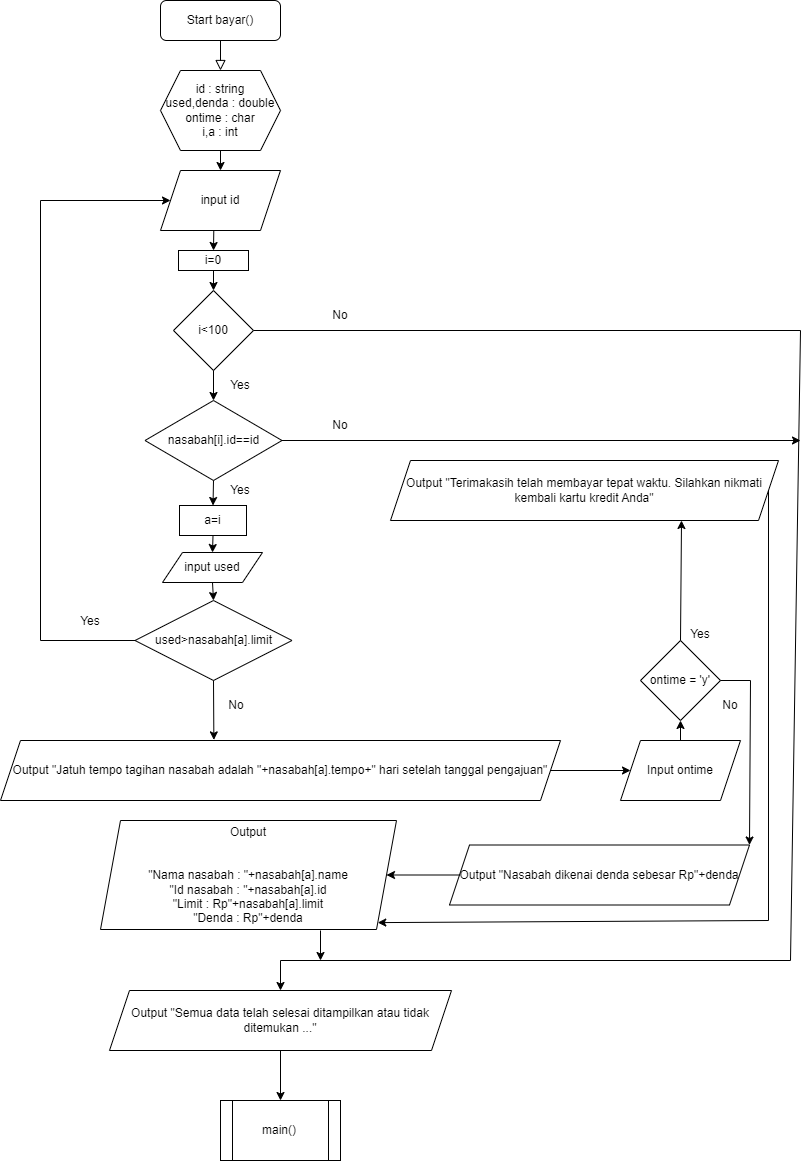
Above: bayar.png in Dzikrimaulanaunsk87/flowchart (draw.io), before the change. Source tidied: cells renumbered, new cells last; positions are measured from the earlier drawing's top-left corner, leaving out a move shared by most shapes.
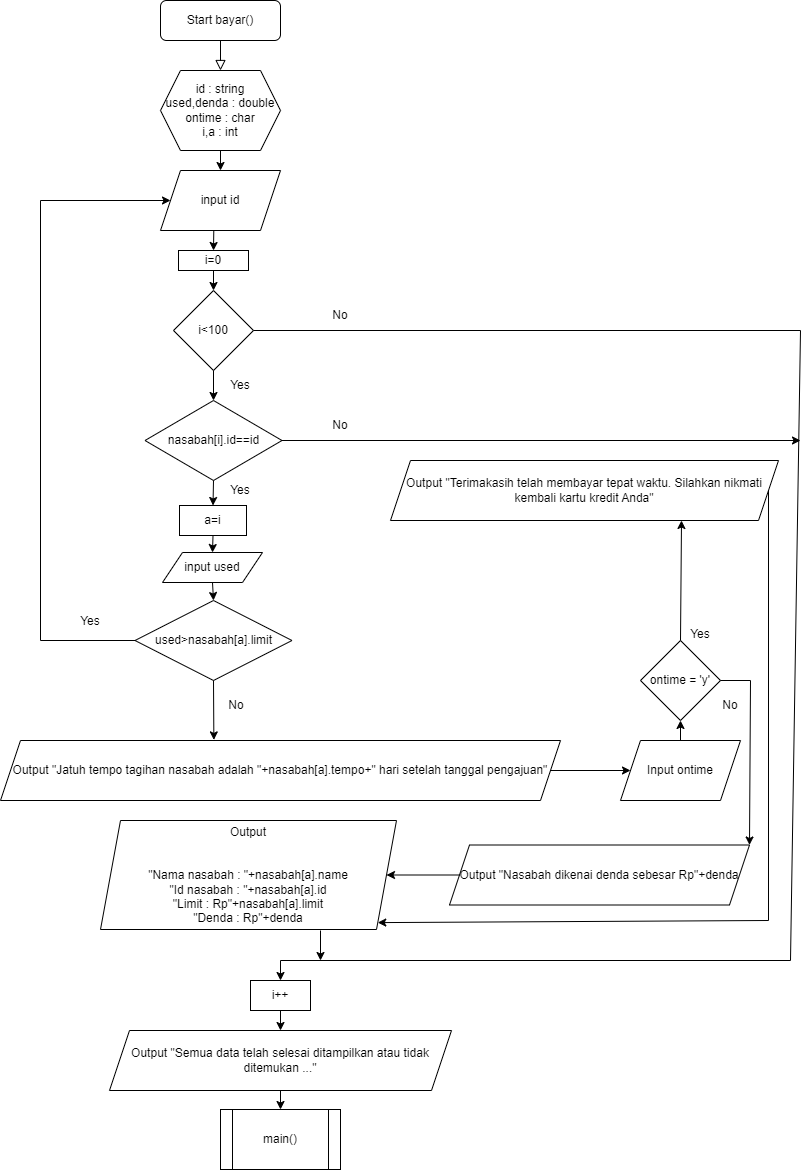
After the commit.

The edit, as a diff of the source:
```diff
@@ -29,7 +29,7 @@
     <mxCell id="10" style="endArrow=classic;html=1;rounded=0;exitX=0.5;exitY=1;exitDx=0;exitDy=0;entryX=0.5;entryY=0;entryDx=0;entryDy=0;" parent="1" edge="1" source="7" target="8">
       <mxGeometry relative="1" as="geometry" />
     </mxCell>
-    <mxCell id="11" style="endArrow=classic;html=1;rounded=0;entryX=0.5;entryY=0;entryDx=0;entryDy=0;" parent="1" edge="1" source="8" target="13">
+    <mxCell id="11" style="endArrow=classic;html=1;rounded=0;entryX=0.5;entryY=0;entryDx=0;entryDy=0;" parent="1" edge="1" source="8" target="47">
       <mxGeometry relative="1" as="geometry">
         <Array as="points">
           <mxPoint x="800" y="330" />
@@ -42,10 +42,10 @@
       <mxGeometry relative="1" as="geometry" />
     </mxCell>
     <mxCell id="13" value="Output &quot;Semua data telah selesai ditampilkan atau tidak ditemukan ...&quot;" style="shape=parallelogram;perimeter=parallelogramPerimeter;whiteSpace=wrap;html=1;fixedSize=1;" parent="1" vertex="1">
-      <mxGeometry x="109" y="990" width="342" height="60" as="geometry" />
+      <mxGeometry x="109" y="1030" width="342" height="60" as="geometry" />
     </mxCell>
     <mxCell id="14" value="main()" style="shape=process;whiteSpace=wrap;html=1;backgroundOutline=1;" parent="1" vertex="1">
-      <mxGeometry x="220" y="1100" width="120" height="60" as="geometry" />
+      <mxGeometry x="220" y="1109" width="120" height="60" as="geometry" />
     </mxCell>
     <mxCell id="15" style="endArrow=classic;html=1;rounded=0;exitX=0.5;exitY=1;exitDx=0;exitDy=0;entryX=0.5;entryY=0;entryDx=0;entryDy=0;" parent="1" edge="1" source="13" target="14">
       <mxGeometry relative="1" as="geometry" />
@@ -162,5 +162,11 @@
         </Array>
       </mxGeometry>
     </mxCell>
+    <mxCell id="47" value="i++" style="rounded=0;whiteSpace=wrap;html=1;" parent="1" vertex="1">
+      <mxGeometry x="250" y="980" width="60" height="30" as="geometry" />
+    </mxCell>
+    <mxCell id="48" style="endArrow=classic;html=1;rounded=0;exitX=0.5;exitY=1;exitDx=0;exitDy=0;entryX=0.5;entryY=0;entryDx=0;entryDy=0;" parent="1" edge="1" source="47" target="13">
+      <mxGeometry relative="1" as="geometry" />
+    </mxCell>
   </root>
 </mxGraphModel>
```
